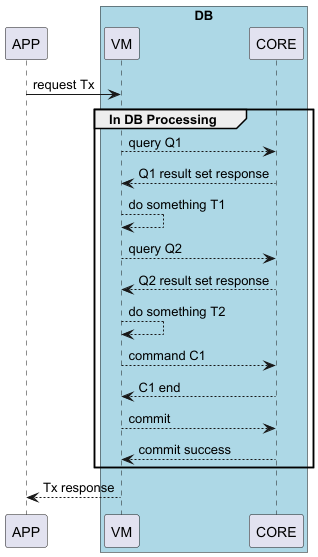
scuptio/mududb keeps this PlantUML diagram as doc/pic/procedural_tx.png. Above is the earlier version. The source it was exported from:
```plantuml
@startuml
participant APP
box "DB" #LightBlue
participant VM
participant CORE
end box

APP -> VM: request Tx
group In DB Processing
VM --> CORE: query Q1
VM <-- CORE: Q1 result set response
VM --> VM: do something T1
VM --> CORE: query Q2
VM <-- CORE: Q2 result set response
VM --> VM: do something T2
VM --> CORE: command C1
VM <-- CORE: C1 end
VM --> CORE: commit
VM <-- CORE: commit success
end
APP <-- VM: Tx response

@enduml
```
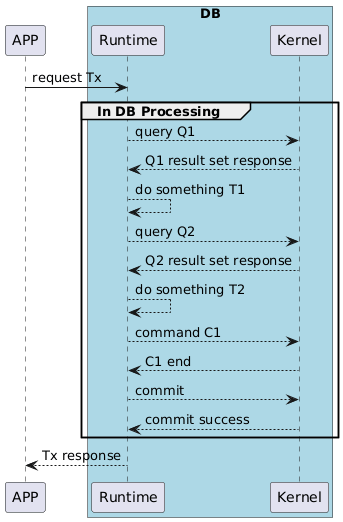
Later version of the same file.

The edit, as a diff of the source:
```diff
@@ -1,23 +1,22 @@
 @startuml
 participant APP
 box "DB" #LightBlue
-participant VM
-participant CORE
+participant Runtime
+participant Kernel
 end box
 
-APP -> VM: request Tx
+APP -> Runtime: request Tx
 group In DB Processing
-VM --> CORE: query Q1
-VM <-- CORE: Q1 result set response
-VM --> VM: do something T1
-VM --> CORE: query Q2
-VM <-- CORE: Q2 result set response
-VM --> VM: do something T2
-VM --> CORE: command C1
-VM <-- CORE: C1 end
-VM --> CORE: commit
-VM <-- CORE: commit success
+Runtime --> Kernel: query Q1
+Runtime <-- Kernel: Q1 result set response
+Runtime --> Runtime: do something T1
+Runtime --> Kernel: query Q2
+Runtime <-- Kernel: Q2 result set response
+Runtime --> Runtime: do something T2
+Runtime --> Kernel: command C1
+Runtime <-- Kernel: C1 end
+Runtime --> Kernel: commit
+Runtime <-- Kernel: commit success
 end
-APP <-- VM: Tx response
-
+APP <-- Runtime: Tx response
 @enduml
```
